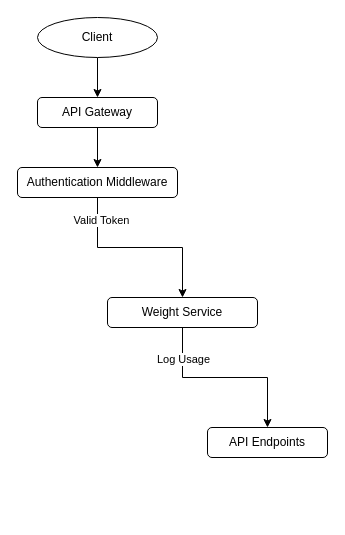
The draw.io diagram flowcharts/tracking-usage.drawio in Atmajo/draw.io, before the edit. Source tidied: cells renumbered, new cells numbered last; positions are measured from the earlier drawing's top-left corner, leaving out a move shared by most shapes. Both pictures are drawn from the tidied source at 100%, with x=0, y=0 at pixel (17, 17).
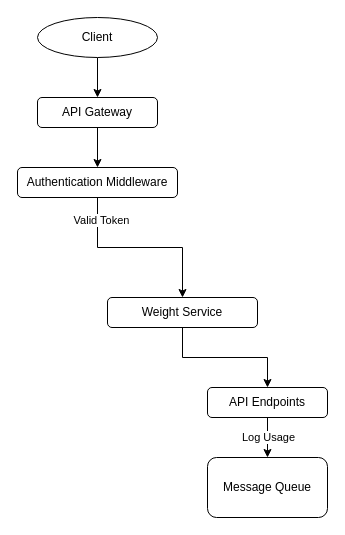
After the change.

Change to the diagram source:
```diff
@@
 <mxGraphModel>
   <root>
     <mxCell id="0" />
     <mxCell id="1" parent="0" />
     <mxCell id="2" style="edgeStyle=orthogonalEdgeStyle;rounded=0;jettySize=auto;html=1;" parent="1" edge="1" source="3" target="5">
       <mxGeometry relative="1" as="geometry" />
     </mxCell>
     <mxCell id="3" value="Client" style="ellipse;whiteSpace=wrap;html=1;" parent="1" vertex="1">
       <mxGeometry x="20" width="120" height="40" as="geometry" />
     </mxCell>
     <mxCell id="4" style="edgeStyle=orthogonalEdgeStyle;rounded=0;jettySize=auto;html=1;" parent="1" edge="1" source="5" target="8">
       <mxGeometry relative="1" as="geometry" />
     </mxCell>
     <mxCell id="5" value="API Gateway" style="rounded=1;whiteSpace=wrap;html=1;" parent="1" vertex="1">
       <mxGeometry x="20" y="80" width="120" height="30" as="geometry" />
     </mxCell>
     <mxCell id="6" style="edgeStyle=orthogonalEdgeStyle;rounded=0;jettySize=auto;html=1;entryX=0.5;entryY=0;entryDx=0;entryDy=0;" parent="1" edge="1" source="8" target="11">
       <mxGeometry relative="1" as="geometry" />
     </mxCell>
     <mxCell id="7" value="Valid Token" style="edgeLabel;html=1;align=center;verticalAlign=middle;" parent="6" vertex="1">
       <mxGeometry x="-0.76" y="3" relative="1" as="geometry" />
     </mxCell>
     <mxCell id="8" value="Authentication Middleware" style="rounded=1;whiteSpace=wrap;html=1;" parent="1" vertex="1">
       <mxGeometry y="150" width="160" height="30" as="geometry" />
     </mxCell>
     <mxCell id="9" style="edgeStyle=orthogonalEdgeStyle;rounded=0;jettySize=auto;html=1;" parent="1" edge="1" source="11" target="12">
       <mxGeometry relative="1" as="geometry" />
     </mxCell>
+    <mxCell id="11" value="Weight Service" style="rounded=1;whiteSpace=wrap;html=1;" parent="1" vertex="1">
+      <mxGeometry x="90" y="280" width="150" height="30" as="geometry" />
+    </mxCell>
+    <mxCell id="13" style="edgeStyle=orthogonalEdgeStyle;rounded=0;jettySize=auto;html=1;" parent="1" edge="1" source="12" target="14">
+      <mxGeometry relative="1" as="geometry" />
+    </mxCell>
-    <mxCell id="10" value="Log Usage" style="edgeLabel;html=1;align=center;verticalAlign=middle;" parent="9" vertex="1">
-      <mxGeometry x="-0.66" relative="1" as="geometry" />
+    <mxCell id="10" value="Log Usage" style="edgeLabel;html=1;align=center;verticalAlign=middle;" parent="13" vertex="1">
+      <mxGeometry x="-0.07" relative="1" as="geometry" />
     </mxCell>
-    <mxCell id="11" value="Weight Service" style="rounded=1;whiteSpace=wrap;html=1;" parent="1" vertex="1">
-      <mxGeometry x="90" y="280" width="150" height="30" as="geometry" />
-    </mxCell>
     <mxCell id="12" value="API Endpoints" style="rounded=1;whiteSpace=wrap;html=1;" parent="1" vertex="1">
-      <mxGeometry x="190" y="410" width="120" height="30" as="geometry" />
+      <mxGeometry x="190" y="370" width="120" height="30" as="geometry" />
     </mxCell>
+    <mxCell id="14" value="Message Queue" style="rounded=1;whiteSpace=wrap;html=1;" parent="1" vertex="1">
+      <mxGeometry x="190" y="440" width="120" height="60" as="geometry" />
+    </mxCell>
   </root>
 </mxGraphModel>
```
